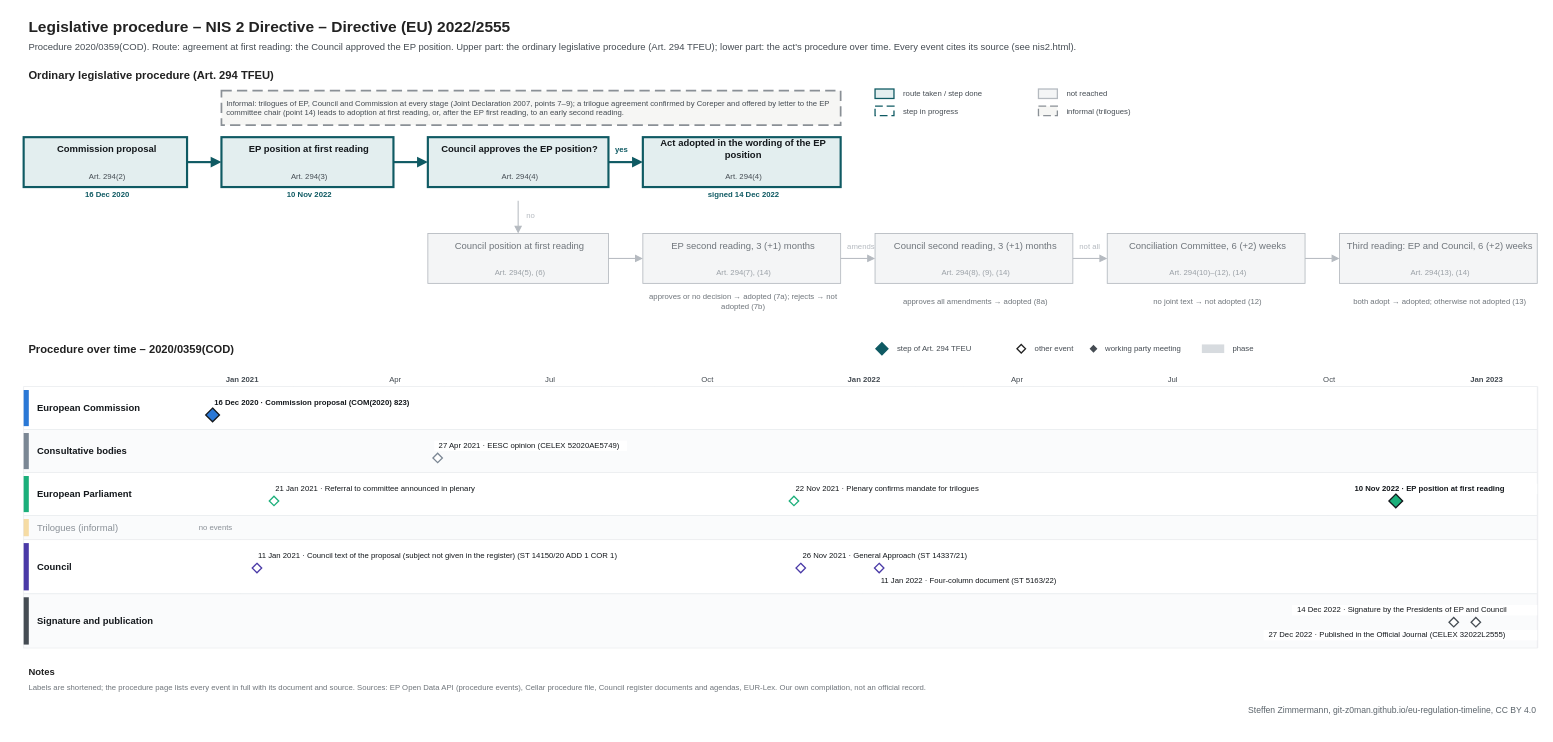
Above: procedures/nis2.drawio in git-z0man/eu-regulation-timeline (draw.io), before the change. Source tidied: cells renumbered, new cells numbered last; positions are measured from the earlier drawing's top-left corner, leaving out a move shared by most shapes. Both pictures are drawn from the tidied source at 86%, with x=0, y=0 at pixel (15, 15).
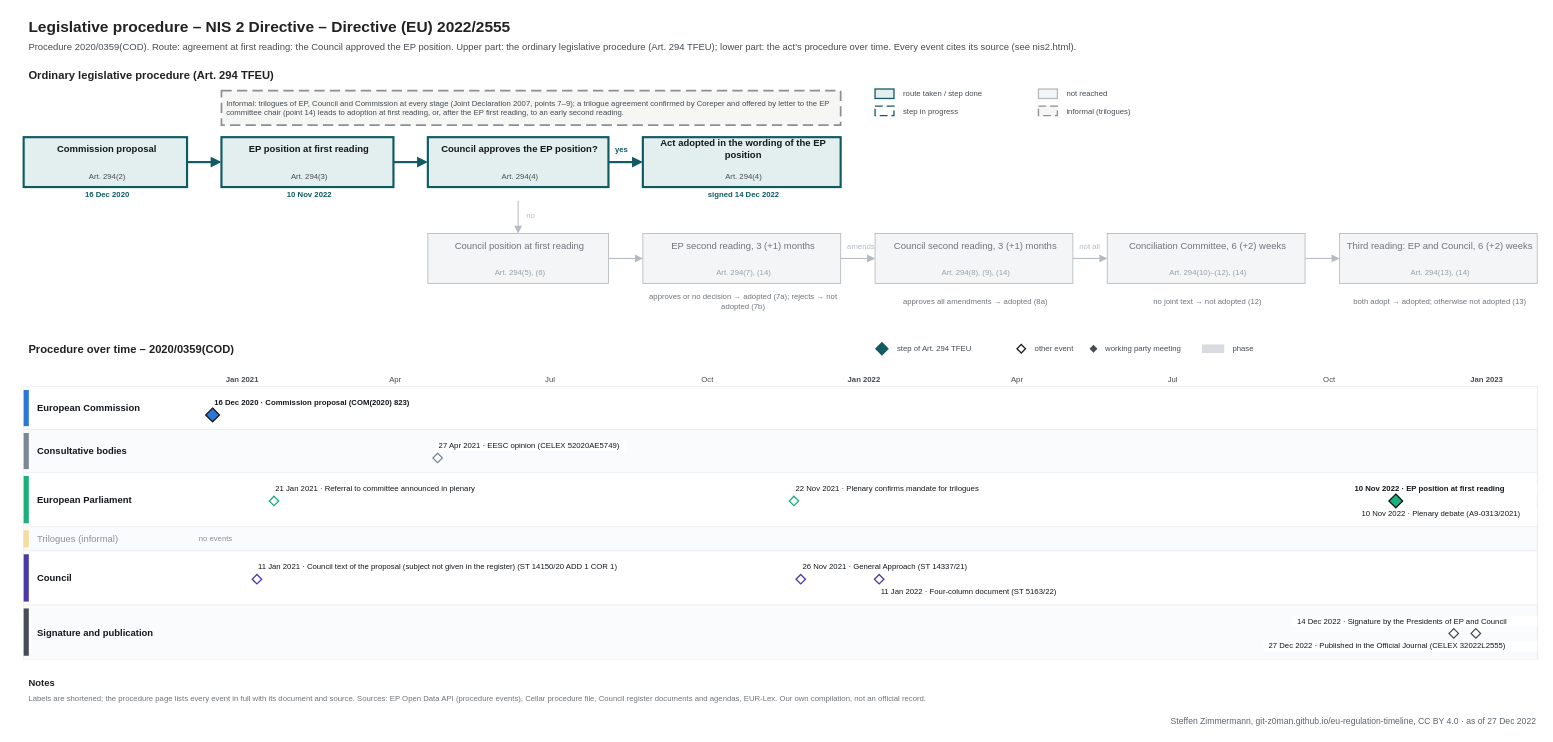
The same page after the edit.

What changed in the source:
```diff
@@
     <mxCell id="70" style="line;html=1;strokeWidth=1;strokeColor=#e3e6e9;direction=south;" parent="1" vertex="1">
-      <mxGeometry x="200" y="432" width="1" height="304" as="geometry" />
+      <mxGeometry x="200" y="432" width="1" height="317" as="geometry" />
     </mxCell>
     <mxCell id="71" style="line;html=1;strokeWidth=1;strokeColor=#b5bac0;direction=south;" parent="1" vertex="1">
-      <mxGeometry x="261.5" y="432" width="1" height="304" as="geometry" />
+      <mxGeometry x="261.5" y="432" width="1" height="317" as="geometry" />
     </mxCell>
@@
     <mxCell id="73" style="line;html=1;strokeWidth=1;strokeColor=#e3e6e9;direction=south;" parent="1" vertex="1">
-      <mxGeometry x="322.9" y="432" width="1" height="304" as="geometry" />
+      <mxGeometry x="322.9" y="432" width="1" height="317" as="geometry" />
     </mxCell>
     <mxCell id="74" style="line;html=1;strokeWidth=1;strokeColor=#e3e6e9;direction=south;" parent="1" vertex="1">
-      <mxGeometry x="378.4" y="432" width="1" height="304" as="geometry" />
+      <mxGeometry x="378.4" y="432" width="1" height="317" as="geometry" />
     </mxCell>
     <mxCell id="75" style="line;html=1;strokeWidth=1;strokeColor=#e3e6e9;direction=south;" parent="1" vertex="1">
-      <mxGeometry x="439.9" y="432" width="1" height="304" as="geometry" />
+      <mxGeometry x="439.9" y="432" width="1" height="317" as="geometry" />
     </mxCell>
@@
     <mxCell id="77" style="line;html=1;strokeWidth=1;strokeColor=#e3e6e9;direction=south;" parent="1" vertex="1">
-      <mxGeometry x="499.3" y="432" width="1" height="304" as="geometry" />
+      <mxGeometry x="499.3" y="432" width="1" height="317" as="geometry" />
     </mxCell>
     <mxCell id="78" style="line;html=1;strokeWidth=1;strokeColor=#e3e6e9;direction=south;" parent="1" vertex="1">
-      <mxGeometry x="560.8" y="432" width="1" height="304" as="geometry" />
+      <mxGeometry x="560.8" y="432" width="1" height="317" as="geometry" />
     </mxCell>
     <mxCell id="79" style="line;html=1;strokeWidth=1;strokeColor=#e3e6e9;direction=south;" parent="1" vertex="1">
-      <mxGeometry x="620.3" y="432" width="1" height="304" as="geometry" />
+      <mxGeometry x="620.3" y="432" width="1" height="317" as="geometry" />
     </mxCell>
@@
     <mxCell id="81" style="line;html=1;strokeWidth=1;strokeColor=#e3e6e9;direction=south;" parent="1" vertex="1">
-      <mxGeometry x="681.7" y="432" width="1" height="304" as="geometry" />
+      <mxGeometry x="681.7" y="432" width="1" height="317" as="geometry" />
     </mxCell>
     <mxCell id="82" style="line;html=1;strokeWidth=1;strokeColor=#e3e6e9;direction=south;" parent="1" vertex="1">
-      <mxGeometry x="743.2" y="432" width="1" height="304" as="geometry" />
+      <mxGeometry x="743.2" y="432" width="1" height="317" as="geometry" />
     </mxCell>
     <mxCell id="83" style="line;html=1;strokeWidth=1;strokeColor=#e3e6e9;direction=south;" parent="1" vertex="1">
-      <mxGeometry x="802.6" y="432" width="1" height="304" as="geometry" />
+      <mxGeometry x="802.6" y="432" width="1" height="317" as="geometry" />
     </mxCell>
@@
     <mxCell id="85" style="line;html=1;strokeWidth=1;strokeColor=#e3e6e9;direction=south;" parent="1" vertex="1">
-      <mxGeometry x="864.1" y="432" width="1" height="304" as="geometry" />
+      <mxGeometry x="864.1" y="432" width="1" height="317" as="geometry" />
     </mxCell>
     <mxCell id="86" style="line;html=1;strokeWidth=1;strokeColor=#e3e6e9;direction=south;" parent="1" vertex="1">
-      <mxGeometry x="923.5" y="432" width="1" height="304" as="geometry" />
+      <mxGeometry x="923.5" y="432" width="1" height="317" as="geometry" />
     </mxCell>
     <mxCell id="87" style="line;html=1;strokeWidth=1;strokeColor=#b5bac0;direction=south;" parent="1" vertex="1">
-      <mxGeometry x="985" y="432" width="1" height="304" as="geometry" />
+      <mxGeometry x="985" y="432" width="1" height="317" as="geometry" />
     </mxCell>
@@
     <mxCell id="89" style="line;html=1;strokeWidth=1;strokeColor=#e3e6e9;direction=south;" parent="1" vertex="1">
-      <mxGeometry x="1046.5" y="432" width="1" height="304" as="geometry" />
+      <mxGeometry x="1046.5" y="432" width="1" height="317" as="geometry" />
     </mxCell>
     <mxCell id="90" style="line;html=1;strokeWidth=1;strokeColor=#e3e6e9;direction=south;" parent="1" vertex="1">
-      <mxGeometry x="1102" y="432" width="1" height="304" as="geometry" />
+      <mxGeometry x="1102" y="432" width="1" height="317" as="geometry" />
     </mxCell>
     <mxCell id="91" style="line;html=1;strokeWidth=1;strokeColor=#e3e6e9;direction=south;" parent="1" vertex="1">
-      <mxGeometry x="1163.4" y="432" width="1" height="304" as="geometry" />
+      <mxGeometry x="1163.4" y="432" width="1" height="317" as="geometry" />
     </mxCell>
@@
     <mxCell id="93" style="line;html=1;strokeWidth=1;strokeColor=#e3e6e9;direction=south;" parent="1" vertex="1">
-      <mxGeometry x="1222.9" y="432" width="1" height="304" as="geometry" />
+      <mxGeometry x="1222.9" y="432" width="1" height="317" as="geometry" />
     </mxCell>
     <mxCell id="94" style="line;html=1;strokeWidth=1;strokeColor=#e3e6e9;direction=south;" parent="1" vertex="1">
-      <mxGeometry x="1284.3" y="432" width="1" height="304" as="geometry" />
+      <mxGeometry x="1284.3" y="432" width="1" height="317" as="geometry" />
     </mxCell>
     <mxCell id="95" style="line;html=1;strokeWidth=1;strokeColor=#e3e6e9;direction=south;" parent="1" vertex="1">
-      <mxGeometry x="1343.8" y="432" width="1" height="304" as="geometry" />
+      <mxGeometry x="1343.8" y="432" width="1" height="317" as="geometry" />
     </mxCell>
@@
     <mxCell id="97" style="line;html=1;strokeWidth=1;strokeColor=#e3e6e9;direction=south;" parent="1" vertex="1">
-      <mxGeometry x="1405.3" y="432" width="1" height="304" as="geometry" />
+      <mxGeometry x="1405.3" y="432" width="1" height="317" as="geometry" />
     </mxCell>
     <mxCell id="98" style="line;html=1;strokeWidth=1;strokeColor=#e3e6e9;direction=south;" parent="1" vertex="1">
-      <mxGeometry x="1466.7" y="432" width="1" height="304" as="geometry" />
+      <mxGeometry x="1466.7" y="432" width="1" height="317" as="geometry" />
     </mxCell>
     <mxCell id="99" style="line;html=1;strokeWidth=1;strokeColor=#e3e6e9;direction=south;" parent="1" vertex="1">
-      <mxGeometry x="1526.2" y="432" width="1" height="304" as="geometry" />
+      <mxGeometry x="1526.2" y="432" width="1" height="317" as="geometry" />
     </mxCell>
@@
     <mxCell id="101" style="line;html=1;strokeWidth=1;strokeColor=#e3e6e9;direction=south;" parent="1" vertex="1">
-      <mxGeometry x="1587.6" y="432" width="1" height="304" as="geometry" />
+      <mxGeometry x="1587.6" y="432" width="1" height="317" as="geometry" />
     </mxCell>
     <mxCell id="102" style="line;html=1;strokeWidth=1;strokeColor=#e3e6e9;direction=south;" parent="1" vertex="1">
-      <mxGeometry x="1647.1" y="432" width="1" height="304" as="geometry" />
+      <mxGeometry x="1647.1" y="432" width="1" height="317" as="geometry" />
     </mxCell>
     <mxCell id="103" style="line;html=1;strokeWidth=1;strokeColor=#b5bac0;direction=south;" parent="1" vertex="1">
-      <mxGeometry x="1708.5" y="432" width="1" height="304" as="geometry" />
+      <mxGeometry x="1708.5" y="432" width="1" height="317" as="geometry" />
     </mxCell>
@@
     <mxCell id="105" style="line;html=1;strokeWidth=1;strokeColor=#e3e6e9;direction=south;" parent="1" vertex="1">
-      <mxGeometry x="1770" y="432" width="1" height="304" as="geometry" />
+      <mxGeometry x="1770" y="432" width="1" height="317" as="geometry" />
     </mxCell>
@@
     <mxCell id="112" style="rounded=0;arcSize=50;fillColor=#ffffff;strokeColor=#eceef0;" parent="1" vertex="1">
-      <mxGeometry x="10" y="532" width="1760" height="50" as="geometry" />
+      <mxGeometry x="10" y="532" width="1760" height="63" as="geometry" />
     </mxCell>
     <mxCell id="113" style="rounded=0;arcSize=50;fillColor=#1baf7a;strokeColor=none;" parent="1" vertex="1">
-      <mxGeometry x="10" y="536" width="6" height="42" as="geometry" />
+      <mxGeometry x="10" y="536" width="6" height="55" as="geometry" />
     </mxCell>
     <mxCell id="114" value="European Parliament" style="text;html=1;fontSize=11;fontColor=#14181c;align=left;verticalAlign=middle;spacingLeft=4;fontStyle=1;whiteSpace=wrap;" parent="1" vertex="1">
-      <mxGeometry x="20" y="532" width="174" height="50" as="geometry" />
+      <mxGeometry x="20" y="532" width="174" height="63" as="geometry" />
     </mxCell>
     <mxCell id="115" style="rounded=0;arcSize=50;fillColor=#fafbfc;strokeColor=#eceef0;" parent="1" vertex="1">
-      <mxGeometry x="10" y="582" width="1760" height="28" as="geometry" />
+      <mxGeometry x="10" y="595" width="1760" height="28" as="geometry" />
     </mxCell>
     <mxCell id="116" style="rounded=0;arcSize=50;fillColor=#eda100;strokeColor=none;opacity=35;" parent="1" vertex="1">
-      <mxGeometry x="10" y="586" width="6" height="20" as="geometry" />
+      <mxGeometry x="10" y="599" width="6" height="20" as="geometry" />
     </mxCell>
     <mxCell id="117" value="Trilogues (informal)" style="text;html=1;fontSize=11;fontColor=#8a9097;align=left;verticalAlign=middle;spacingLeft=4;whiteSpace=wrap;" parent="1" vertex="1">
-      <mxGeometry x="20" y="582" width="174" height="28" as="geometry" />
+      <mxGeometry x="20" y="595" width="174" height="28" as="geometry" />
     </mxCell>
     <mxCell id="118" value="no events" style="text;html=1;fontSize=9;fontColor=#8a9097;align=left;verticalAlign=middle;spacingLeft=4;" parent="1" vertex="1">
-      <mxGeometry x="208" y="582" width="300" height="28" as="geometry" />
+      <mxGeometry x="208" y="595" width="300" height="28" as="geometry" />
     </mxCell>
     <mxCell id="119" style="rounded=0;arcSize=50;fillColor=#ffffff;strokeColor=#eceef0;" parent="1" vertex="1">
-      <mxGeometry x="10" y="610" width="1760" height="63" as="geometry" />
+      <mxGeometry x="10" y="623" width="1760" height="63" as="geometry" />
     </mxCell>
     <mxCell id="120" style="rounded=0;arcSize=50;fillColor=#4a3aa7;strokeColor=none;" parent="1" vertex="1">
-      <mxGeometry x="10" y="614" width="6" height="55" as="geometry" />
+      <mxGeometry x="10" y="627" width="6" height="55" as="geometry" />
     </mxCell>
     <mxCell id="121" value="Council" style="text;html=1;fontSize=11;fontColor=#14181c;align=left;verticalAlign=middle;spacingLeft=4;fontStyle=1;whiteSpace=wrap;" parent="1" vertex="1">
-      <mxGeometry x="20" y="610" width="174" height="63" as="geometry" />
+      <mxGeometry x="20" y="623" width="174" height="63" as="geometry" />
     </mxCell>
     <mxCell id="122" style="rounded=0;arcSize=50;fillColor=#fafbfc;strokeColor=#eceef0;" parent="1" vertex="1">
-      <mxGeometry x="10" y="673" width="1760" height="63" as="geometry" />
+      <mxGeometry x="10" y="686" width="1760" height="63" as="geometry" />
     </mxCell>
     <mxCell id="123" style="rounded=0;arcSize=50;fillColor=#454c53;strokeColor=none;" parent="1" vertex="1">
-      <mxGeometry x="10" y="677" width="6" height="55" as="geometry" />
+      <mxGeometry x="10" y="690" width="6" height="55" as="geometry" />
     </mxCell>
     <mxCell id="124" value="Signature and publication" style="text;html=1;fontSize=11;fontColor=#14181c;align=left;verticalAlign=middle;spacingLeft=4;fontStyle=1;whiteSpace=wrap;" parent="1" vertex="1">
-      <mxGeometry x="20" y="673" width="174" height="63" as="geometry" />
+      <mxGeometry x="20" y="686" width="174" height="63" as="geometry" />
     </mxCell>
@@
-    <mxCell id="132" style="rhombus;fillColor=#ffffff;strokeColor=#1baf7a;strokeWidth=1.5;" parent="1" vertex="1">
-      <mxGeometry x="295.6" y="559.5" width="11" height="11" as="geometry" />
+    <mxCell id="132" value="10 Nov 2022 · Plenary debate (A9-0313/2021)" style="text;html=1;fontSize=9;fontColor=#14181c;align=left;verticalAlign=middle;spacingLeft=4;fillColor=#ffffff;" parent="1" vertex="1">
+      <mxGeometry x="1559.9" y="574" width="210.1" height="12" as="geometry" />
     </mxCell>
     <mxCell id="133" style="rhombus;fillColor=#ffffff;strokeColor=#1baf7a;strokeWidth=1.5;" parent="1" vertex="1">
-      <mxGeometry x="900.2" y="559.5" width="11" height="11" as="geometry" />
+      <mxGeometry x="295.6" y="559.5" width="11" height="11" as="geometry" />
     </mxCell>
-    <mxCell id="134" style="rhombus;fillColor=#1baf7a;strokeColor=#14181c;strokeWidth=1.5;" parent="1" vertex="1">
-      <mxGeometry x="1597.5" y="557" width="16" height="16" as="geometry" />
+    <mxCell id="134" style="rhombus;fillColor=#ffffff;strokeColor=#1baf7a;strokeWidth=1.5;" parent="1" vertex="1">
+      <mxGeometry x="900.2" y="559.5" width="11" height="11" as="geometry" />
     </mxCell>
-    <mxCell id="135" value="11 Jan 2021 · Council text of the proposal (subject not given in the register) (ST 14150/20 ADD 1 COR 1)" style="text;html=1;fontSize=9;fontColor=#14181c;align=left;verticalAlign=middle;spacingLeft=4;fillColor=#ffffff;" parent="1" vertex="1">
-      <mxGeometry x="277.3" y="623" width="496.8" height="12" as="geometry" />
+    <mxCell id="135" style="rhombus;fillColor=#ffffff;strokeColor=#1baf7a;strokeWidth=1.5;" parent="1" vertex="1">
+      <mxGeometry x="1600" y="559.5" width="11" height="11" as="geometry" />
     </mxCell>
-    <mxCell id="136" value="26 Nov 2021 · General Approach (ST 14337/21)" style="text;html=1;fontSize=9;fontColor=#14181c;align=left;verticalAlign=middle;spacingLeft=4;fillColor=#ffffff;" parent="1" vertex="1">
-      <mxGeometry x="909.6" y="623" width="214.8" height="12" as="geometry" />
+    <mxCell id="136" style="rhombus;fillColor=#1baf7a;strokeColor=#14181c;strokeWidth=1.5;" parent="1" vertex="1">
+      <mxGeometry x="1597.5" y="557" width="16" height="16" as="geometry" />
     </mxCell>
-    <mxCell id="137" value="11 Jan 2022 · Four-column document (ST 5163/22)" style="text;html=1;fontSize=9;fontColor=#14181c;align=left;verticalAlign=middle;spacingLeft=4;fillColor=#ffffff;" parent="1" vertex="1">
-      <mxGeometry x="1000.8" y="652" width="228.9" height="12" as="geometry" />
+    <mxCell id="137" value="11 Jan 2021 · Council text of the proposal (subject not given in the register) (ST 14150/20 ADD 1 COR 1)" style="text;html=1;fontSize=9;fontColor=#14181c;align=left;verticalAlign=middle;spacingLeft=4;fillColor=#ffffff;" parent="1" vertex="1">
+      <mxGeometry x="277.3" y="636" width="496.8" height="12" as="geometry" />
     </mxCell>
-    <mxCell id="138" style="rhombus;fillColor=#ffffff;strokeColor=#4a3aa7;strokeWidth=1.5;" parent="1" vertex="1">
-      <mxGeometry x="275.8" y="637.5" width="11" height="11" as="geometry" />
+    <mxCell id="138" value="26 Nov 2021 · General Approach (ST 14337/21)" style="text;html=1;fontSize=9;fontColor=#14181c;align=left;verticalAlign=middle;spacingLeft=4;fillColor=#ffffff;" parent="1" vertex="1">
+      <mxGeometry x="909.6" y="636" width="214.8" height="12" as="geometry" />
     </mxCell>
-    <mxCell id="139" style="rhombus;fillColor=#ffffff;strokeColor=#4a3aa7;strokeWidth=1.5;" parent="1" vertex="1">
-      <mxGeometry x="908.1" y="637.5" width="11" height="11" as="geometry" />
+    <mxCell id="139" value="11 Jan 2022 · Four-column document (ST 5163/22)" style="text;html=1;fontSize=9;fontColor=#14181c;align=left;verticalAlign=middle;spacingLeft=4;fillColor=#ffffff;" parent="1" vertex="1">
+      <mxGeometry x="1000.8" y="665" width="228.9" height="12" as="geometry" />
     </mxCell>
     <mxCell id="140" style="rhombus;fillColor=#ffffff;strokeColor=#4a3aa7;strokeWidth=1.5;" parent="1" vertex="1">
-      <mxGeometry x="999.3" y="637.5" width="11" height="11" as="geometry" />
+      <mxGeometry x="275.8" y="650.5" width="11" height="11" as="geometry" />
     </mxCell>
-    <mxCell id="141" value="14 Dec 2022 · Signature by the Presidents of EP and Council" style="text;html=1;fontSize=9;fontColor=#14181c;align=left;verticalAlign=middle;spacingLeft=4;fillColor=#ffffff;" parent="1" vertex="1">
-      <mxGeometry x="1484.7" y="686" width="285.3" height="12" as="geometry" />
+    <mxCell id="141" style="rhombus;fillColor=#ffffff;strokeColor=#4a3aa7;strokeWidth=1.5;" parent="1" vertex="1">
+      <mxGeometry x="908.1" y="650.5" width="11" height="11" as="geometry" />
     </mxCell>
-    <mxCell id="142" value="27 Dec 2022 · Published in the Official Journal (CELEX 32022L2555)" style="text;html=1;fontSize=9;fontColor=#14181c;align=left;verticalAlign=middle;spacingLeft=4;fillColor=#ffffff;" parent="1" vertex="1">
-      <mxGeometry x="1451.8" y="715" width="318.2" height="12" as="geometry" />
+    <mxCell id="142" style="rhombus;fillColor=#ffffff;strokeColor=#4a3aa7;strokeWidth=1.5;" parent="1" vertex="1">
+      <mxGeometry x="999.3" y="650.5" width="11" height="11" as="geometry" />
     </mxCell>
-    <mxCell id="143" style="rhombus;fillColor=#ffffff;strokeColor=#454c53;strokeWidth=1.5;" parent="1" vertex="1">
-      <mxGeometry x="1667.4" y="700.5" width="11" height="11" as="geometry" />
+    <mxCell id="143" value="14 Dec 2022 · Signature by the Presidents of EP and Council" style="text;html=1;fontSize=9;fontColor=#14181c;align=left;verticalAlign=middle;spacingLeft=4;fillColor=#ffffff;" parent="1" vertex="1">
+      <mxGeometry x="1484.7" y="699" width="285.3" height="12" as="geometry" />
     </mxCell>
-    <mxCell id="144" style="rhombus;fillColor=#ffffff;strokeColor=#454c53;strokeWidth=1.5;" parent="1" vertex="1">
-      <mxGeometry x="1693.1" y="700.5" width="11" height="11" as="geometry" />
+    <mxCell id="144" value="27 Dec 2022 · Published in the Official Journal (CELEX 32022L2555)" style="text;html=1;fontSize=9;fontColor=#14181c;align=left;verticalAlign=middle;spacingLeft=4;fillColor=#ffffff;" parent="1" vertex="1">
+      <mxGeometry x="1451.8" y="728" width="318.2" height="12" as="geometry" />
     </mxCell>
-    <mxCell id="145" value="Notes" style="text;html=1;fontSize=11;fontColor=#222222;align=left;verticalAlign=middle;spacingLeft=4;fontStyle=1;" parent="1" vertex="1">
-      <mxGeometry x="10" y="756" width="200" height="16" as="geometry" />
+    <mxCell id="145" style="rhombus;fillColor=#ffffff;strokeColor=#454c53;strokeWidth=1.5;" parent="1" vertex="1">
+      <mxGeometry x="1667.4" y="713.5" width="11" height="11" as="geometry" />
     </mxCell>
-    <mxCell id="146" value="Labels are shortened; the procedure page lists every event in full with its document and source. Sources: EP Open Data API (procedure events), Cellar procedure file, Council register documents and agendas, EUR-Lex. Our own compilation, not an official record." style="text;html=1;fontSize=9;fontColor=#6f757b;align=left;verticalAlign=middle;spacingLeft=4;" parent="1" vertex="1">
-      <mxGeometry x="10" y="774" width="1760" height="16" as="geometry" />
+    <mxCell id="146" style="rhombus;fillColor=#ffffff;strokeColor=#454c53;strokeWidth=1.5;" parent="1" vertex="1">
+      <mxGeometry x="1693.1" y="713.5" width="11" height="11" as="geometry" />
     </mxCell>
-    <mxCell id="147" value="Steffen Zimmermann, git-z0man.github.io/eu-regulation-timeline, CC BY 4.0" style="text;html=1;fontSize=10;fontColor=#5b646b;align=right;verticalAlign=middle;spacingLeft=4;" parent="1" vertex="1">
-      <mxGeometry x="10" y="800" width="1760" height="16" as="geometry" />
+    <mxCell id="147" value="Notes" style="text;html=1;fontSize=11;fontColor=#222222;align=left;verticalAlign=middle;spacingLeft=4;fontStyle=1;" parent="1" vertex="1">
+      <mxGeometry x="10" y="769" width="200" height="16" as="geometry" />
     </mxCell>
+    <mxCell id="148" value="Labels are shortened; the procedure page lists every event in full with its document and source. Sources: EP Open Data API (procedure events), Cellar procedure file, Council register documents and agendas, EUR-Lex. Our own compilation, not an official record." style="text;html=1;fontSize=9;fontColor=#6f757b;align=left;verticalAlign=middle;spacingLeft=4;" parent="1" vertex="1">
+      <mxGeometry x="10" y="787" width="1760" height="16" as="geometry" />
+    </mxCell>
+    <mxCell id="149" value="Steffen Zimmermann, git-z0man.github.io/eu-regulation-timeline, CC BY 4.0 · as of 27 Dec 2022" style="text;html=1;fontSize=10;fontColor=#5b646b;align=right;verticalAlign=middle;spacingLeft=4;" parent="1" vertex="1">
+      <mxGeometry x="10" y="813" width="1760" height="16" as="geometry" />
+    </mxCell>
```
